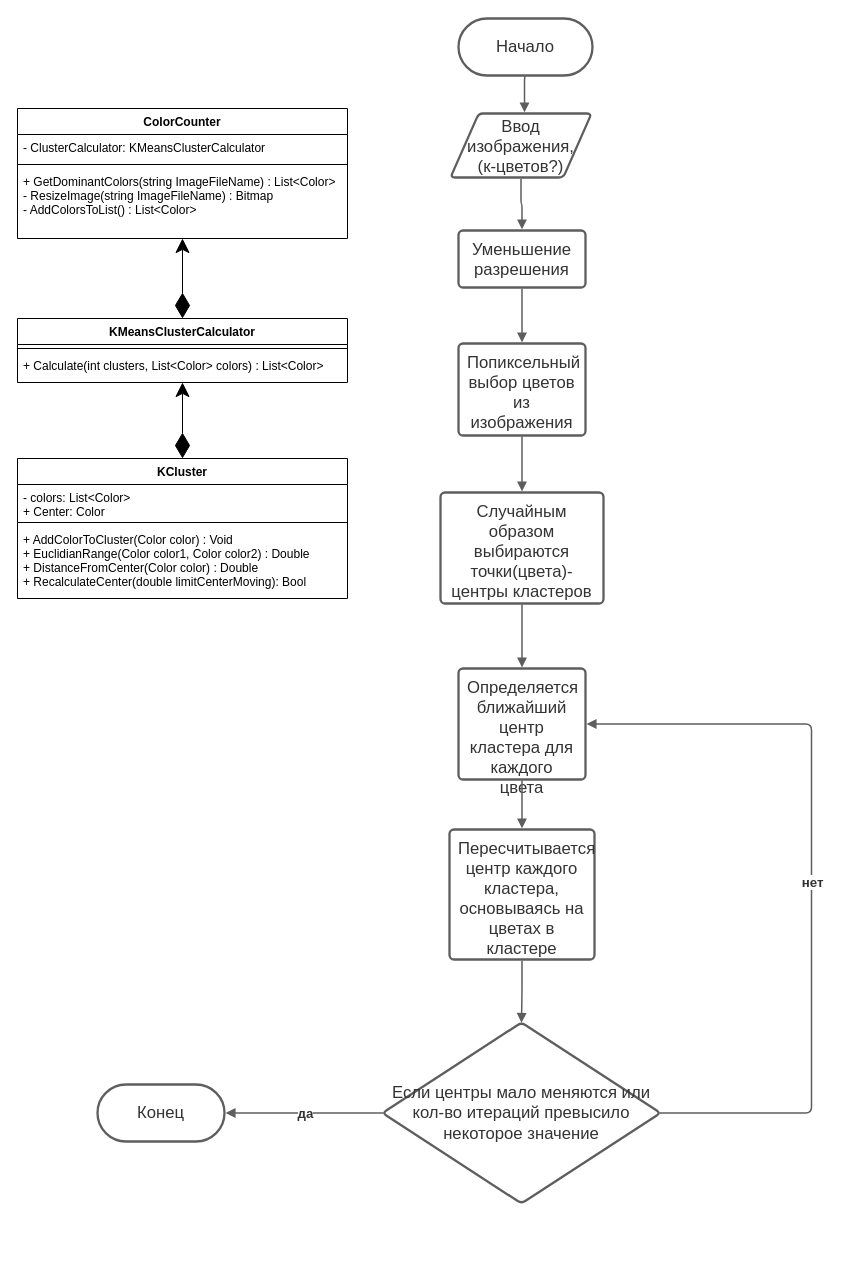
Before: ColorFinder/ColorFinderUML.drawio in SASHKEVICH/ColorFinder, a draw.io diagram. Source tidied: cells renumbered, new cells numbered last; positions are measured from the earlier drawing's top-left corner, leaving out a move shared by most shapes. Both pictures are drawn from the tidied source at 100%, with x=0, y=0 at pixel (17, 18).
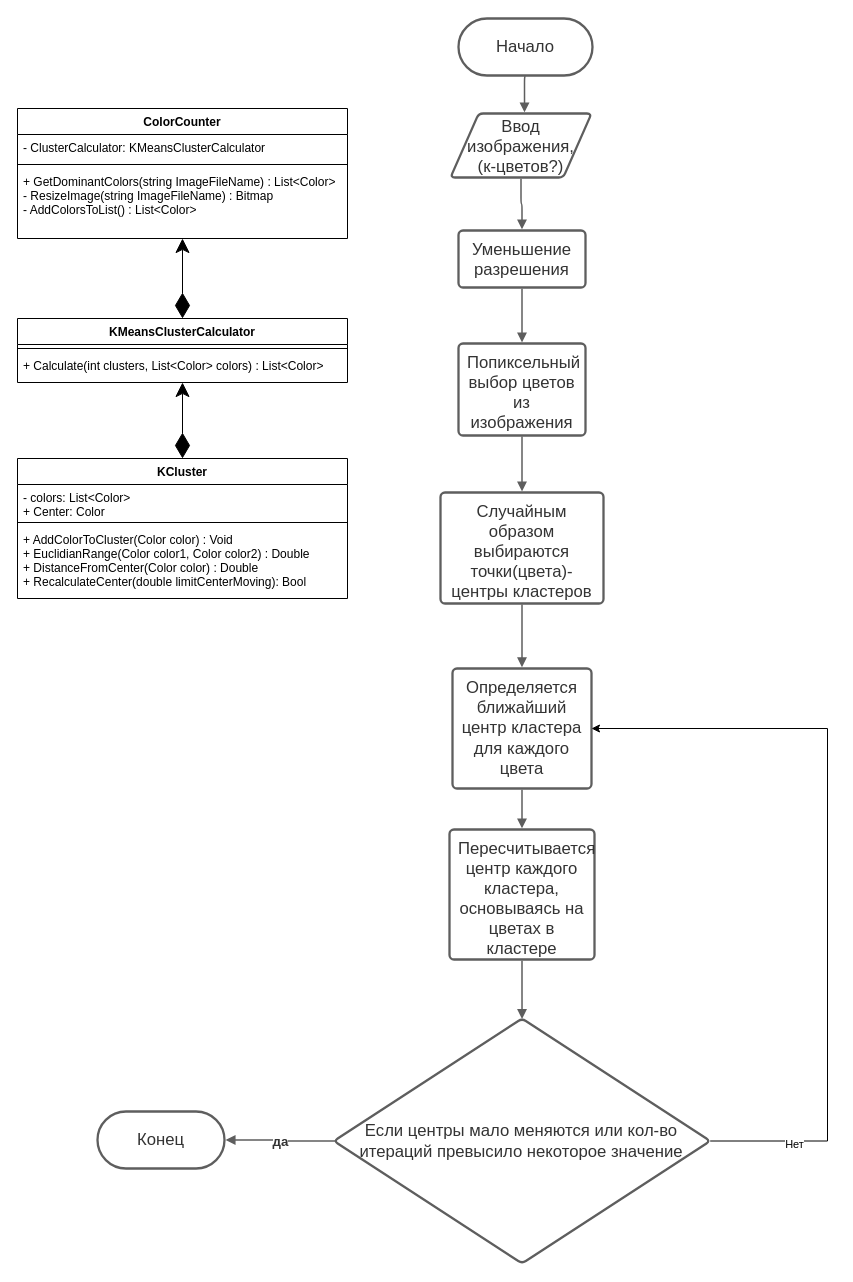
The same page after the edit.

Diff of the diagram source:
```diff
@@
     <mxCell id="16" value="Конец" style="html=1;overflow=block;blockSpacing=1;whiteSpace=wrap;rounded=1;arcSize=50;fontSize=16.7;fontColor=#333333;spacing=3.8;strokeColor=#5e5e5e;strokeOpacity=100;strokeWidth=2.3;" parent="1" vertex="1">
-      <mxGeometry x="80" y="1066" width="127" height="57" as="geometry" />
+      <mxGeometry x="80" y="1093" width="127" height="57" as="geometry" />
     </mxCell>
@@
     <mxCell id="25" value="Определяется ближайший центр кластера для каждого цвета" style="html=1;overflow=block;blockSpacing=1;whiteSpace=wrap;fontSize=16.7;fontColor=#333333;spacing=9;strokeColor=#5e5e5e;strokeOpacity=100;rounded=1;absoluteArcSize=1;arcSize=9;strokeWidth=2.3;" parent="1" vertex="1">
-      <mxGeometry x="441" y="650" width="127" height="111" as="geometry" />
+      <mxGeometry x="435" y="650" width="139" height="120" as="geometry" />
     </mxCell>
@@
+    <mxCell id="33" style="edgeStyle=orthogonalEdgeStyle;rounded=0;jettySize=auto;html=1;entryX=1;entryY=0.5;entryDx=0;entryDy=0;" parent="1" edge="1" source="29" target="25">
+      <mxGeometry relative="1" as="geometry">
+        <Array as="points">
+          <mxPoint x="810" y="1123" />
+          <mxPoint x="810" y="710" />
+        </Array>
+      </mxGeometry>
+    </mxCell>
+    <mxCell id="35" value="Нет" style="edgeLabel;html=1;align=center;verticalAlign=middle;" parent="33" vertex="1">
+      <mxGeometry x="-0.78" y="-2" relative="1" as="geometry">
+        <mxPoint y="1" as="offset" />
+      </mxGeometry>
+    </mxCell>
     <mxCell id="29" value="Если центры мало меняются или кол-во итераций превысило некоторое значение" style="html=1;overflow=block;blockSpacing=1;whiteSpace=wrap;rhombus;fontSize=16.7;fontColor=#333333;spacing=3.8;strokeColor=#5e5e5e;strokeOpacity=100;rounded=1;absoluteArcSize=1;arcSize=9;strokeWidth=2.3;" parent="1" vertex="1">
-      <mxGeometry x="365" y="1004" width="278" height="181" as="geometry" />
+      <mxGeometry x="316.4" y="1000" width="376.3" height="245" as="geometry" />
     </mxCell>
@@
-    <mxCell id="33" style="html=1;jettySize=18;whiteSpace=wrap;fontSize=13.3;fontColor=#333333;fontStyle=1;strokeColor=#5E5E5E;strokeWidth=1.5;rounded=1;arcSize=12;edgeStyle=orthogonalEdgeStyle;startArrow=none;endArrow=block;endFill=1;exitX=0.996;exitY=0.5;exitPerimeter=0;entryX=1.009;entryY=0.5;entryPerimeter=0;" parent="1" edge="1" source="29" target="25">
-      <mxGeometry relative="1" as="geometry">
-        <Array as="points">
-          <mxPoint x="794" y="1094" />
-          <mxPoint x="794" y="706" />
-        </Array>
-      </mxGeometry>
-    </mxCell>
-    <mxCell id="34" value="нет" style="text;html=1;labelBackgroundColor=default;align=center;verticalAlign=middle;fontStyle=1;fontColor=#333333;fontSize=13.3;" parent="33" vertex="1">
-      <mxGeometry relative="1" as="geometry" />
-    </mxCell>
```
